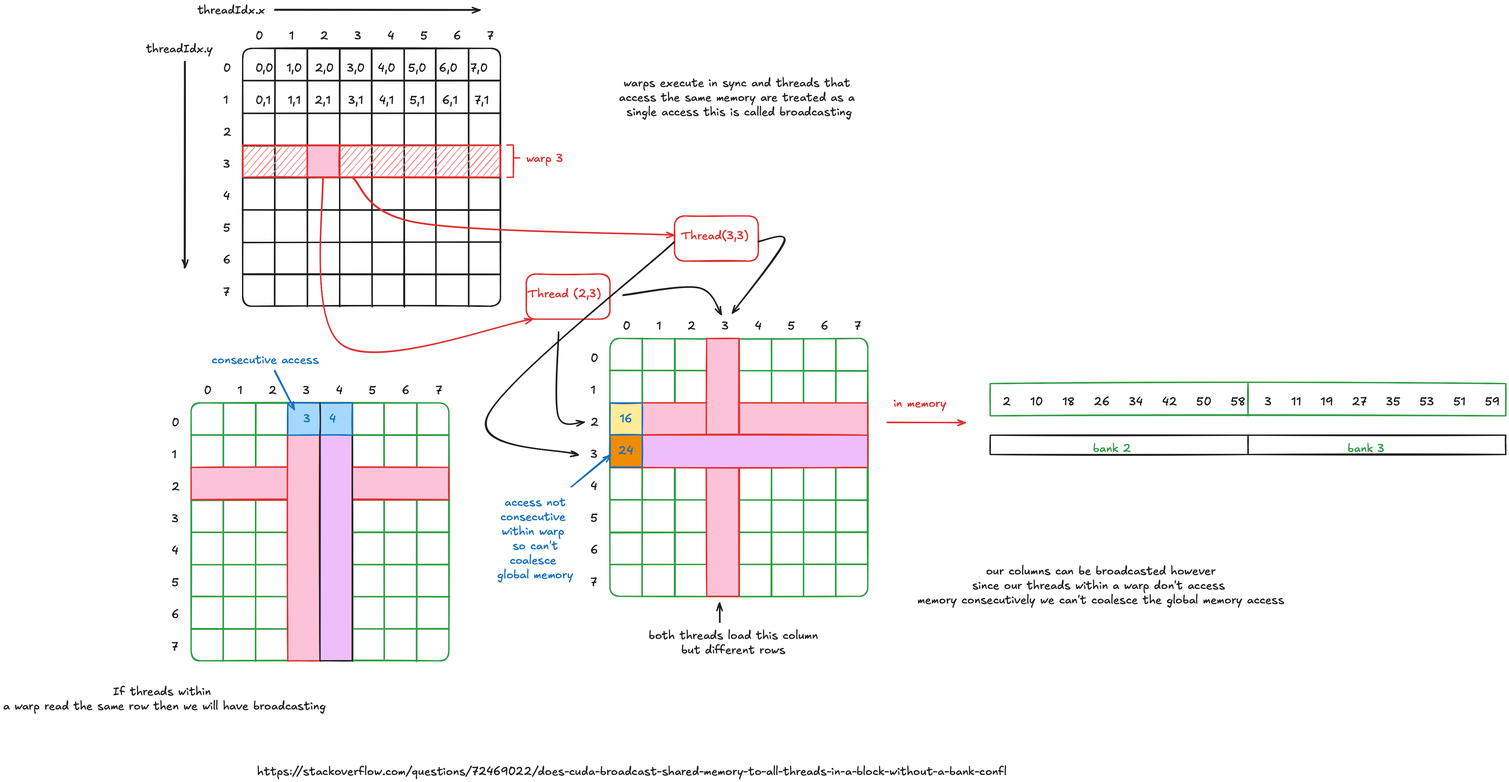
Before: mat_mul/global_memory_coalescing.png, a diagram exported from Excalidraw (alanwang67/cuda). Source tidied: one line per element, renumbered; positions are measured from the earlier drawing's top-left corner, leaving out a move shared by most shapes.
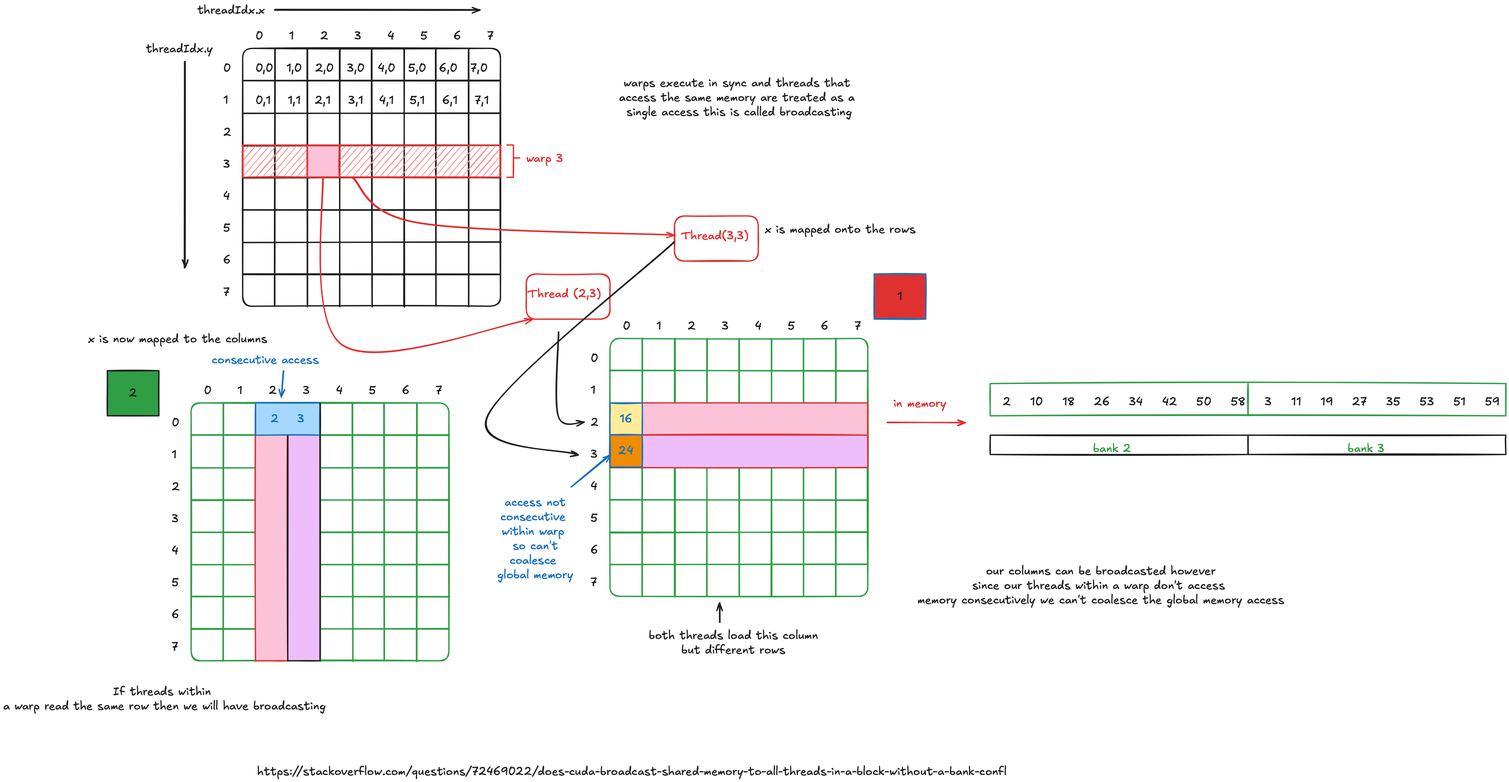
Later version of the same file.

Commit message:
WIP on tiling of mat_mul explanation

Diff of the diagram source:
```diff
@@ -32,7 +32,6 @@
 {"id": 31, "type": "text", "text": "6", "strokeColor": "#1e1e1e", "strokeWidth": 4, "roughness": 1, "fontSize": 36, "fontFamily": 5, "textAlign": "center", "x": 1823, "y": 1675, "width": 23, "height": 45}
 {"id": 32, "type": "text", "text": "7", "strokeColor": "#1e1e1e", "strokeWidth": 4, "roughness": 1, "fontSize": 36, "fontFamily": 5, "textAlign": "center", "x": 1823, "y": 1774, "width": 20, "height": 45}
 {"id": 33, "type": "arrow", "strokeColor": "#1e1e1e", "strokeWidth": 4, "roughness": 1, "endArrowhead": "arrow", "round": true, "to": 27, "x": 1723, "y": 1020, "width": 80, "height": 280, "points": [[0, 0], [0, 260], [80, 280]]}
-{"id": 34, "type": "arrow", "strokeColor": "#1e1e1e", "strokeWidth": 4, "roughness": 1, "endArrowhead": "arrow", "round": true, "to": 20, "x": 1924, "y": 905, "width": 304, "height": 83, "points": [[0, 0], [233, -22], [304, 61]]}
 {"id": 35, "type": "rectangle", "strokeColor": "#1e1e1e", "strokeWidth": 4, "roughness": 1, "round": true, "x": 743, "y": 140, "width": 800, "height": 800}
 {"id": 36, "type": "line", "strokeColor": "#1e1e1e", "strokeWidth": 4, "roughness": 1, "round": true, "x": 843, "y": 140, "width": 0, "height": 800, "points": [[0, 0], [0, 800]]}
 {"id": 37, "type": "line", "strokeColor": "#1e1e1e", "strokeWidth": 4, "roughness": 1, "round": true, "x": 1144, "y": 141, "width": 0, "height": 800, "points": [[0, 0], [0, 800]]}
@@ -67,7 +66,6 @@
 {"id": 66, "type": "arrow", "strokeColor": "#e03131", "strokeWidth": 4, "roughness": 1, "endArrowhead": "arrow", "round": true, "to": 15, "x": 991, "y": 501, "width": 652, "height": 558, "points": [[0, 0], [59, 558], [652, 479]]}
 {"id": 67, "type": "rectangle", "strokeColor": "#e03131", "backgroundColor": "#fcc2d7", "fillStyle": "solid", "strokeWidth": 4, "roughness": 1, "x": 943, "y": 440, "width": 100, "height": 100}
 {"id": 68, "type": "rectangle", "strokeColor": "#e03131", "backgroundColor": "#fcc2d7", "fillStyle": "solid", "strokeWidth": 4, "roughness": 1, "x": 1883, "y": 1240, "width": 800, "height": 100}
-{"id": 69, "type": "rectangle", "strokeColor": "#e03131", "backgroundColor": "#fcc2d7", "fillStyle": "solid", "strokeWidth": 4, "roughness": 1, "x": 2183, "y": 1040, "width": 100, "height": 800}
 {"id": 70, "type": "rectangle", "strokeColor": "#e03131", "strokeWidth": 4, "roughness": 1, "x": 743, "y": 440, "width": 800, "height": 100}
 {"id": 71, "type": "rectangle", "strokeColor": "#e03131", "backgroundColor": "#ff8787", "fillStyle": "hachure", "strokeWidth": 4, "roughness": 1, "x": 743, "y": 440, "width": 200, "height": 100}
 {"id": 72, "type": "rectangle", "strokeColor": "#e03131", "backgroundColor": "#ff8787", "fillStyle": "hachure", "strokeWidth": 4, "roughness": 1, "x": 1043, "y": 440, "width": 500, "height": 100}
@@ -104,7 +102,6 @@
 {"id": 103, "type": "arrow", "strokeColor": "#e03131", "strokeWidth": 4, "roughness": 1, "endArrowhead": "arrow", "round": true, "from": 72, "x": 1083, "y": 540, "width": 1000, "height": 180, "points": [[0, 0], [200, 140], [1000, 180]]}
 {"id": 104, "type": "rectangle", "strokeColor": "#e03131", "strokeWidth": 4, "roughness": 1, "round": true, "x": 2083, "y": 660, "width": 260, "height": 140}
 {"id": 105, "type": "text", "text": "Thread(3,3)", "strokeColor": "#e03131", "strokeWidth": 4, "roughness": 1, "fontSize": 36, "fontFamily": 5, "textAlign": "center", "x": 2103, "y": 700, "width": 211, "height": 45}
-{"id": 106, "type": "arrow", "strokeColor": "#1e1e1e", "strokeWidth": 4, "roughness": 1, "endArrowhead": "arrow", "round": true, "from": 104, "x": 2343, "y": 740, "width": 160, "height": 220, "points": [[0, 0], [80, 0], [-80, 220]]}
 {"id": 107, "type": "arrow", "strokeColor": "#1e1e1e", "strokeWidth": 4, "roughness": 1, "endArrowhead": "arrow", "round": true, "from": 105, "x": 2083, "y": 740, "width": 580, "height": 660, "points": [[0, 0], [-580, 540], [-300, 660]]}
 {"id": 108, "type": "rectangle", "strokeColor": "#e03131", "backgroundColor": "#eebefa", "fillStyle": "solid", "strokeWidth": 4, "roughness": 1, "x": 1883, "y": 1340, "width": 800, "height": 100}
 {"id": 109, "type": "text", "text": "warps execute in sync and threads that \naccess the same memory are treated as a \nsingle access this is called broadcasting", "strokeColor": "#1e1e1e", "backgroundColor": "#eebefa", "fillStyle": "solid", "strokeWidth": 4, "roughness": 1, "fontSize": 36, "fontFamily": 5, "textAlign": "center", "x": 1911, "y": 225, "width": 747, "height": 135}
@@ -129,7 +126,7 @@
 {"id": 128, "type": "arrow", "strokeColor": "#1e1e1e", "backgroundColor": "#eebefa", "fillStyle": "solid", "strokeWidth": 4, "roughness": 1, "endArrowhead": "arrow", "round": true, "from": 126, "x": 563, "y": 180, "width": 0, "height": 640, "points": [[0, 0], [0, 640]]}
 {"id": 129, "type": "arrow", "strokeColor": "#1e1e1e", "backgroundColor": "#eebefa", "fillStyle": "solid", "strokeWidth": 4, "roughness": 1, "endArrowhead": "arrow", "round": true, "x": 843, "y": 20, "width": 637, "height": 0, "points": [[0, 0], [637, 0]]}
 {"id": 130, "type": "text", "text": "both threads load this column\nbut different rows", "strokeColor": "#1e1e1e", "backgroundColor": "#eebefa", "fillStyle": "solid", "strokeWidth": 4, "roughness": 1, "fontSize": 36, "fontFamily": 5, "textAlign": "center", "x": 2003, "y": 1940, "width": 527, "height": 90}
-{"id": 131, "type": "arrow", "strokeColor": "#1e1e1e", "backgroundColor": "#eebefa", "fillStyle": "solid", "strokeWidth": 4, "roughness": 1, "endArrowhead": "arrow", "round": true, "to": 69, "x": 2223, "y": 1921, "width": 0, "height": 60, "points": [[0, 0], [0, -60]]}
+{"id": 131, "type": "arrow", "strokeColor": "#1e1e1e", "backgroundColor": "#eebefa", "fillStyle": "solid", "strokeWidth": 4, "roughness": 1, "endArrowhead": "arrow", "round": true, "x": 2223, "y": 1921, "width": 0, "height": 60, "points": [[0, 0], [0, -60]]}
 {"id": 132, "type": "text", "text": "https://stackoverflow.com/questions/72469022/does-cuda-broadcast-shared-memory-to-all-threads-in-a-block-without-a-bank-confl", "strokeColor": "#1e1e1e", "backgroundColor": "#eebefa", "fillStyle": "solid", "strokeWidth": 4, "roughness": 1, "fontSize": 36, "fontFamily": 5, "textAlign": "center", "x": 789, "y": 2362, "width": 2326, "height": 45}
 {"id": 133, "type": "text", "text": "our columns can be broadcasted however\nsince our threads within a warp don't access \nmemory consecutively we can't coalesce the global memory access", "strokeColor": "#1e1e1e", "backgroundColor": "#eebefa", "fillStyle": "solid", "strokeWidth": 4, "roughness": 1, "fontSize": 36, "fontFamily": 5, "textAlign": "center", "x": 2837, "y": 1740, "width": 1138, "height": 135}
 {"id": 134, "type": "rectangle", "strokeColor": "#2f9e44", "strokeWidth": 4, "roughness": 1, "round": true, "x": 583, "y": 1240, "width": 800, "height": 800}
@@ -163,14 +160,13 @@
 {"id": 162, "type": "text", "text": "5", "strokeColor": "#1e1e1e", "strokeWidth": 4, "roughness": 1, "fontSize": 36, "fontFamily": 5, "textAlign": "center", "x": 523, "y": 1776, "width": 22, "height": 45}
 {"id": 163, "type": "text", "text": "6", "strokeColor": "#1e1e1e", "strokeWidth": 4, "roughness": 1, "fontSize": 36, "fontFamily": 5, "textAlign": "center", "x": 523, "y": 1875, "width": 23, "height": 45}
 {"id": 164, "type": "text", "text": "7", "strokeColor": "#1e1e1e", "strokeWidth": 4, "roughness": 1, "fontSize": 36, "fontFamily": 5, "textAlign": "center", "x": 523, "y": 1974, "width": 20, "height": 45}
-{"id": 165, "type": "rectangle", "strokeColor": "#e03131", "backgroundColor": "#fcc2d7", "fillStyle": "solid", "strokeWidth": 4, "roughness": 1, "x": 583, "y": 1440, "width": 800, "height": 100}
-{"id": 166, "type": "rectangle", "strokeColor": "#e03131", "backgroundColor": "#fcc2d7", "fillStyle": "solid", "strokeWidth": 4, "roughness": 1, "x": 883, "y": 1240, "width": 100, "height": 800}
+{"id": 166, "type": "rectangle", "strokeColor": "#e03131", "backgroundColor": "#fcc2d7", "fillStyle": "solid", "strokeWidth": 4, "roughness": 1, "x": 783, "y": 1240, "width": 100, "height": 800}
-{"id": 167, "type": "rectangle", "strokeColor": "#1e1e1e", "backgroundColor": "#eebefa", "fillStyle": "solid", "strokeWidth": 4, "roughness": 1, "x": 983, "y": 1240, "width": 100, "height": 800}
+{"id": 167, "type": "rectangle", "strokeColor": "#1e1e1e", "backgroundColor": "#eebefa", "fillStyle": "solid", "strokeWidth": 4, "roughness": 1, "x": 883, "y": 1240, "width": 100, "height": 800}
 {"id": 168, "type": "text", "text": "If threads within \na warp read the same row then we will have broadcasting", "strokeColor": "#1e1e1e", "backgroundColor": "#eebefa", "fillStyle": "solid", "strokeWidth": 4, "roughness": 1, "fontSize": 36, "fontFamily": 5, "textAlign": "center", "x": 0, "y": 2114, "width": 1001, "height": 90}
-{"id": 169, "type": "rectangle", "strokeColor": "#1971c2", "backgroundColor": "#a5d8ff", "fillStyle": "solid", "strokeWidth": 4, "roughness": 1, "x": 883, "y": 1240, "width": 200, "height": 100}
+{"id": 169, "type": "rectangle", "strokeColor": "#1971c2", "backgroundColor": "#a5d8ff", "fillStyle": "solid", "strokeWidth": 4, "roughness": 1, "x": 783, "y": 1240, "width": 200, "height": 100}
-{"id": 170, "type": "text", "text": "3    4", "strokeColor": "#1971c2", "backgroundColor": "#eebefa", "fillStyle": "solid", "strokeWidth": 4, "roughness": 1, "fontSize": 36, "fontFamily": 5, "textAlign": "center", "verticalAlign": "middle", "inside": 169, "x": 933, "y": 1268, "width": 101, "height": 45}
+{"id": 170, "type": "text", "text": "2    3", "strokeColor": "#1971c2", "backgroundColor": "#eebefa", "fillStyle": "solid", "strokeWidth": 4, "roughness": 1, "fontSize": 36, "fontFamily": 5, "textAlign": "center", "verticalAlign": "middle", "inside": 169, "x": 831, "y": 1268, "width": 105, "height": 45}
 {"id": 171, "type": "line", "strokeColor": "#1e1e1e", "backgroundColor": "#eebefa", "fillStyle": "solid", "strokeWidth": 4, "roughness": 1, "x": 983, "y": 1340, "width": 0, "height": 100, "points": [[0, 0], [0, -100]]}
-{"id": 172, "type": "arrow", "strokeColor": "#1971c2", "backgroundColor": "#a5d8ff", "fillStyle": "solid", "strokeWidth": 4, "roughness": 1, "endArrowhead": "arrow", "round": true, "to": 169, "x": 843, "y": 1140, "width": 60, "height": 120, "points": [[0, 0], [60, 120]]}
+{"id": 172, "type": "arrow", "strokeColor": "#1971c2", "backgroundColor": "#a5d8ff", "fillStyle": "solid", "strokeWidth": 4, "roughness": 1, "endArrowhead": "arrow", "round": true, "to": 169, "x": 871, "y": 1141, "width": 8, "height": 80, "points": [[0, 0], [-8, 80]]}
 {"id": 173, "type": "text", "text": "consecutive access", "strokeColor": "#1971c2", "backgroundColor": "#a5d8ff", "fillStyle": "solid", "strokeWidth": 4, "roughness": 1, "fontSize": 36, "fontFamily": 5, "textAlign": "center", "x": 647, "y": 1085, "width": 332, "height": 45}
 {"id": 174, "type": "rectangle", "strokeColor": "#1971c2", "backgroundColor": "#ffec99", "fillStyle": "solid", "strokeWidth": 4, "roughness": 1, "x": 1883, "y": 1240, "width": 100, "height": 100}
 {"id": 175, "type": "text", "text": "16", "strokeColor": "#1971c2", "backgroundColor": "#ffc9c9", "fillStyle": "solid", "strokeWidth": 4, "roughness": 1, "fontSize": 36, "fontFamily": 5, "textAlign": "center", "verticalAlign": "middle", "inside": 174, "x": 1914, "y": 1268, "width": 38, "height": 45}
@@ -178,3 +174,9 @@
 {"id": 177, "type": "text", "text": "24", "strokeColor": "#1971c2", "backgroundColor": "#ffc9c9", "fillStyle": "solid", "strokeWidth": 4, "roughness": 1, "fontSize": 36, "fontFamily": 5, "textAlign": "center", "verticalAlign": "middle", "inside": 176, "x": 1910, "y": 1366, "width": 46, "height": 45}
 {"id": 178, "type": "arrow", "strokeColor": "#1971c2", "backgroundColor": "#f08c00", "fillStyle": "solid", "strokeWidth": 4, "roughness": 1, "endArrowhead": "arrow", "round": true, "to": 176, "x": 1763, "y": 1500, "width": 120, "height": 100, "points": [[0, 0], [120, -100]]}
 {"id": 179, "type": "text", "text": "access not\nconsecutive \nwithin warp \nso can't\ncoalesce \nglobal memory", "strokeColor": "#1971c2", "backgroundColor": "#f08c00", "fillStyle": "solid", "strokeWidth": 4, "roughness": 1, "fontSize": 36, "fontFamily": 5, "textAlign": "center", "x": 1534, "y": 1527, "width": 235, "height": 270}
+{"id": 180, "type": "rectangle", "strokeColor": "#1971c2", "backgroundColor": "#e03131", "fillStyle": "solid", "strokeWidth": 4, "roughness": 1, "x": 2703, "y": 840, "width": 160, "height": 140}
+{"id": 181, "type": "text", "text": "1", "strokeColor": "#1e1e1e", "backgroundColor": "#f08c00", "fillStyle": "solid", "strokeWidth": 4, "roughness": 1, "fontSize": 36, "fontFamily": 5, "textAlign": "center", "verticalAlign": "middle", "inside": 180, "x": 2775, "y": 888, "width": 15, "height": 45}
+{"id": 182, "type": "rectangle", "strokeColor": "#1e1e1e", "backgroundColor": "#2f9e44", "fillStyle": "solid", "strokeWidth": 4, "roughness": 1, "x": 323, "y": 1140, "width": 160, "height": 140}
+{"id": 183, "type": "text", "text": "2", "strokeColor": "#1e1e1e", "backgroundColor": "#f08c00", "fillStyle": "solid", "strokeWidth": 4, "roughness": 1, "fontSize": 36, "fontFamily": 5, "textAlign": "center", "verticalAlign": "middle", "inside": 182, "x": 390, "y": 1188, "width": 25, "height": 45}
+{"id": 184, "type": "text", "text": "x is mapped onto the rows", "strokeColor": "#1e1e1e", "backgroundColor": "#2f9e44", "fillStyle": "solid", "strokeWidth": 4, "roughness": 1, "fontSize": 36, "fontFamily": 5, "textAlign": "center", "x": 2363, "y": 680, "width": 469, "height": 45}
+{"id": 185, "type": "text", "text": "x is now mapped to the columns", "strokeColor": "#1e1e1e", "backgroundColor": "#2f9e44", "fillStyle": "solid", "strokeWidth": 4, "roughness": 1, "fontSize": 36, "fontFamily": 5, "textAlign": "center", "x": 263, "y": 1020, "width": 557, "height": 45}
```
